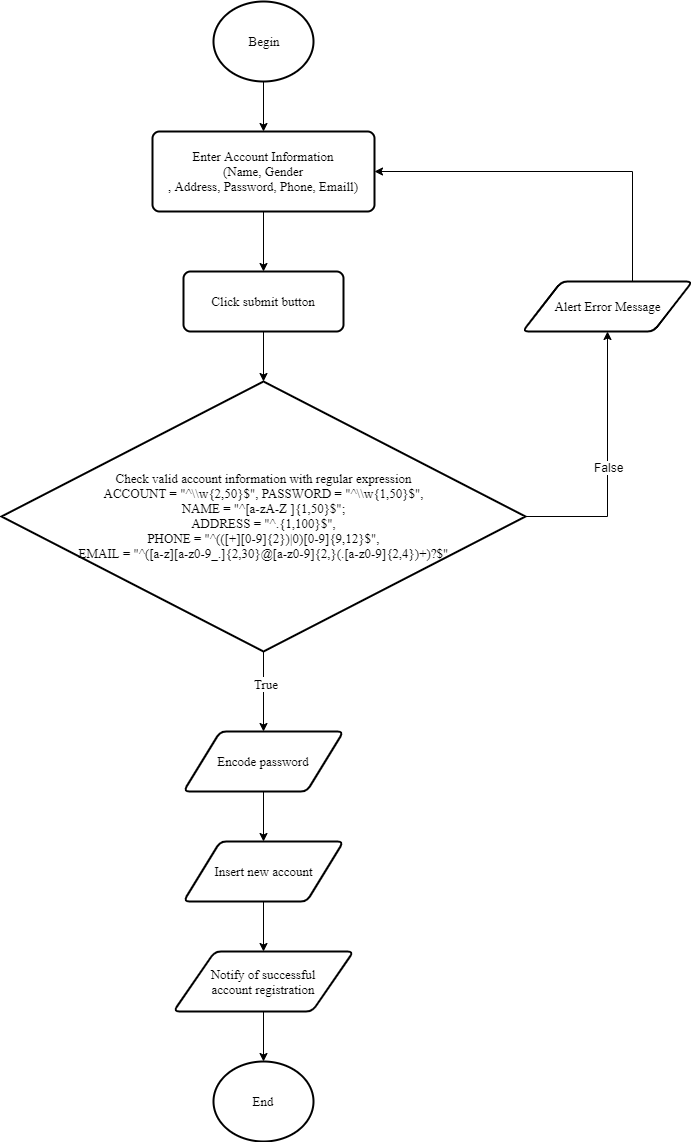
Before: document/diagram image/register.png, a diagram exported from draw.io (daomtthuan/do-an). Source tidied: cells renumbered, new cells last; positions are measured from the earlier drawing's top-left corner, leaving out a move shared by most shapes.
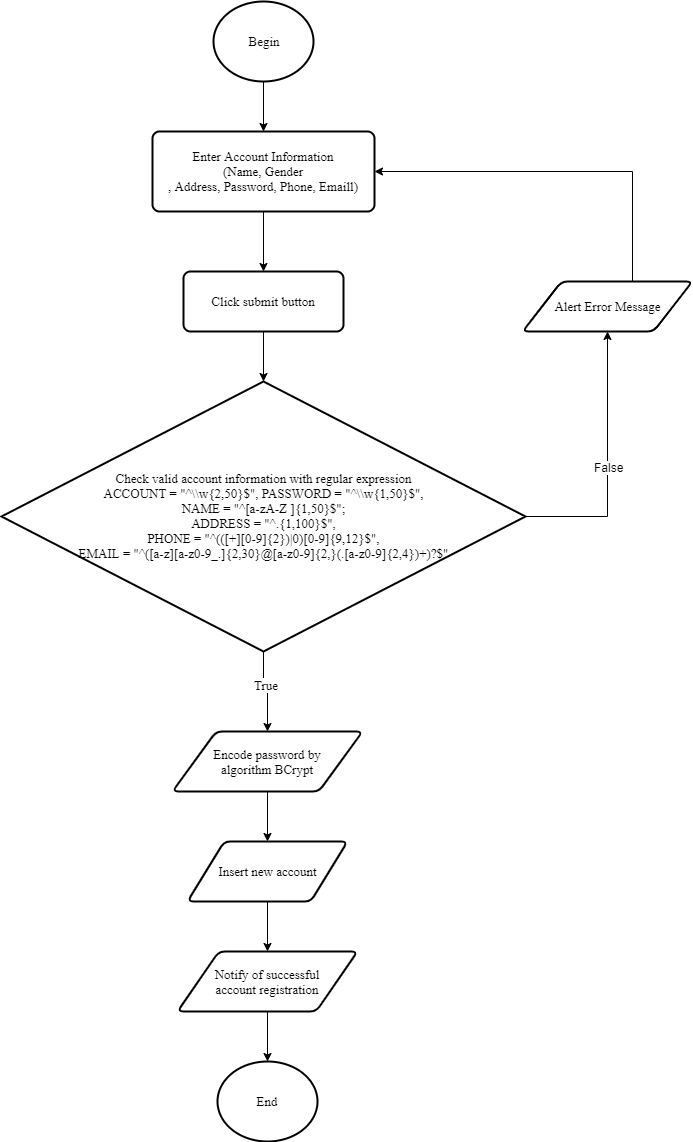
After the commit.

Change to the diagram source:
```diff
@@ -43,16 +43,16 @@
       <mxGeometry relative="1" as="geometry" />
     </mxCell>
     <mxCell id="14" value="Insert new account" style="shape=parallelogram;html=1;strokeWidth=2;perimeter=parallelogramPerimeter;whiteSpace=wrap;rounded=1;arcSize=12;size=0.23;fontSize=13;fontFamily=Times New Roman;" parent="1" vertex="1">
-      <mxGeometry x="182" y="840" width="160" height="60" as="geometry" />
+      <mxGeometry x="186" y="840" width="160" height="60" as="geometry" />
     </mxCell>
     <mxCell id="15" style="edgeStyle=orthogonalEdgeStyle;rounded=0;jettySize=auto;html=1;fontSize=13;fontFamily=Times New Roman;" parent="1" edge="1" source="16" target="17">
       <mxGeometry relative="1" as="geometry" />
     </mxCell>
     <mxCell id="16" value="Notify of successful &lt;br style=&quot;font-size: 13px&quot;&gt;account registration" style="shape=parallelogram;html=1;strokeWidth=2;perimeter=parallelogramPerimeter;whiteSpace=wrap;rounded=1;arcSize=12;size=0.23;fontSize=13;fontFamily=Times New Roman;" parent="1" vertex="1">
-      <mxGeometry x="172" y="950" width="180" height="60" as="geometry" />
+      <mxGeometry x="176" y="950" width="180" height="60" as="geometry" />
     </mxCell>
     <mxCell id="17" value="End" style="strokeWidth=2;html=1;shape=mxgraph.flowchart.start_2;whiteSpace=wrap;fontSize=13;fontFamily=Times New Roman;" parent="1" vertex="1">
-      <mxGeometry x="212" y="1060" width="100" height="80" as="geometry" />
+      <mxGeometry x="216" y="1060" width="100" height="80" as="geometry" />
     </mxCell>
     <mxCell id="18" style="edgeStyle=orthogonalEdgeStyle;rounded=0;jettySize=auto;html=1;fontFamily=Times New Roman;fontSize=13;" parent="1" edge="1" source="19" target="10">
       <mxGeometry relative="1" as="geometry" />
@@ -63,8 +63,8 @@
     <mxCell id="20" style="edgeStyle=orthogonalEdgeStyle;rounded=0;jettySize=auto;html=1;" parent="1" edge="1" source="21" target="14">
       <mxGeometry relative="1" as="geometry" />
     </mxCell>
-    <mxCell id="21" value="&lt;font face=&quot;Times New Roman&quot; style=&quot;font-size: 13px&quot;&gt;Encode password&lt;/font&gt;" style="shape=parallelogram;html=1;strokeWidth=2;perimeter=parallelogramPerimeter;whiteSpace=wrap;rounded=1;arcSize=12;size=0.23;" parent="1" vertex="1">
-      <mxGeometry x="182" y="730" width="160" height="60" as="geometry" />
+    <mxCell id="21" value="&lt;font face=&quot;Times New Roman&quot; style=&quot;font-size: 13px&quot;&gt;Encode password by &lt;br&gt;algorithm BCrypt&lt;/font&gt;" style="shape=parallelogram;html=1;strokeWidth=2;perimeter=parallelogramPerimeter;whiteSpace=wrap;rounded=1;arcSize=12;size=0.23;" parent="1" vertex="1">
+      <mxGeometry x="171" y="730" width="190" height="60" as="geometry" />
     </mxCell>
   </root>
 </mxGraphModel>
```
